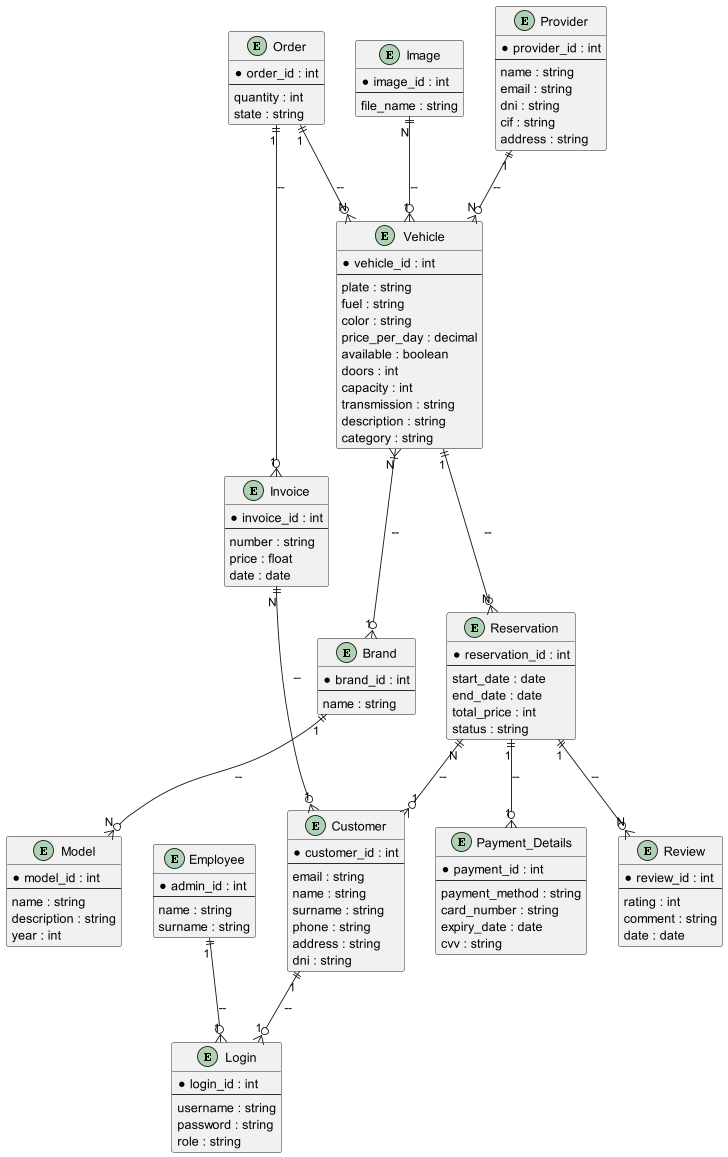
andreuador/LegacyMotors3.0 keeps this PlantUML diagram as docs/LegacyMotorsER.png. Above is the earlier version. The source it was exported from:
```plantuml
@startuml LegacyMotorsER

entity "Customer" {
  * customer_id : int
  --
  email : string
  name : string
  surname : string
  phone : string
  address : string
  dni : string
}

entity "Employee" {
  * admin_id : int
  --
  name : string
  surname : string
}

entity "Provider" {
  * provider_id : int
  --
  name : string
  email : string
  dni : string
  cif : string
  address : string
}

entity "Login" {
  * login_id : int
  --
  username : string
  password : string
  role : string
}

entity "Vehicle" {
  * vehicle_id : int
  --
  plate : string
  fuel : string
  color : string
  price_per_day : decimal
  available : boolean
  doors : int
  capacity : int
  transmission : string
  description : string
  category : string
}

entity "Brand" {
  * brand_id : int
  --
  name : string
}

entity "Model" {
  * model_id : int
  --
  name : string
  description : string
  year : int
}

entity "Reservation" {
  * reservation_id : int
  --
  start_date : date
  end_date : date
  total_price : int
  status : string
}

entity "Payment_Details" {
  * payment_id : int
  --
  payment_method : string
  card_number : string
  expiry_date : date
  cvv : string
}

entity "Review" {
  * review_id : int
  --
  rating : int
  comment : string
  date : date
}

entity "Order" {
  * order_id : int
  --
  quantity : int
  state : string
}

entity "Image" {
  * image_id : int
  --
  file_name : string
}

entity "Invoice" {
  * invoice_id : int
  --
  number : string
  price : float
  date : date
}

Customer ||--o{ Login: "1" -- "1"
Employee ||--o{ Login: "1" -- "1"
Provider ||--o{ Vehicle: "1" -- "N"
Vehicle }|--o{ Brand: "N" -- "1"
Brand ||--o{ Model: "1" -- "N"
Reservation ||--o{ Customer: "N" -- "1"
Reservation ||--o{ Payment_Details: "1" -- "1"
Reservation ||--o{ Review: "1" -- "N"
Vehicle ||--o{ Reservation: "1" -- "N"
Image ||--o{ Vehicle: "N" -- "1"
Invoice ||--o{ Customer: "N" -- "1"
Order ||--o{ Vehicle: "1" -- "N"
Order ||--o{ Invoice: "1" -- "1"

@enduml
```
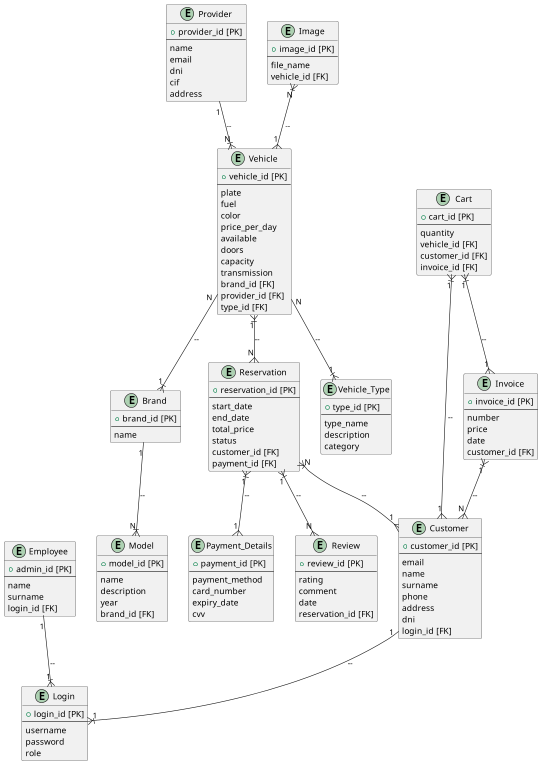
The same file after the commit.

What changed in the source:
```diff
@@ -1,129 +1,149 @@
-@startuml LegacyMotorsER
+@startuml LegacyMotorsModel_ER
 
 entity "Customer" {
-  * customer_id : int
+  + customer_id [PK]
   --
-  email : string
-  name : string
-  surname : string
-  phone : string
-  address : string
-  dni : string
+  email
+  name
+  surname
+  phone
+  address
+  dni
+  login_id [FK]
 }
 
 entity "Employee" {
-  * admin_id : int
+  + admin_id [PK]
   --
-  name : string
-  surname : string
+  name
+  surname
+  login_id [FK]
 }
 
 entity "Provider" {
-  * provider_id : int
+  + provider_id [PK]
   --
-  name : string
-  email : string
-  dni : string
-  cif : string
-  address : string
+  name
+  email
+  dni
+  cif
+  address
 }
 
 entity "Login" {
-  * login_id : int
+  + login_id [PK]
   --
-  username : string
-  password : string
-  role : string
+  username
+  password
+  role
 }
 
 entity "Vehicle" {
-  * vehicle_id : int
+  + vehicle_id [PK]
   --
-  plate : string
-  fuel : string
-  color : string
-  price_per_day : decimal
-  available : boolean
-  doors : int
-  capacity : int
-  transmission : string
-  description : string
-  category : string
+  plate
+  fuel
+  color
+  price_per_day
+  available
+  doors
+  capacity
+  transmission
+  brand_id [FK]
+  provider_id [FK]
+  type_id [FK]
 }
 
 entity "Brand" {
-  * brand_id : int
+  + brand_id [PK]
   --
-  name : string
+  name
 }
 
 entity "Model" {
-  * model_id : int
+  + model_id [PK]
   --
-  name : string
-  description : string
-  year : int
+  name
+  description
+  year
+  brand_id [FK]
 }
 
 entity "Reservation" {
-  * reservation_id : int
+  + reservation_id [PK]
   --
-  start_date : date
-  end_date : date
-  total_price : int
-  status : string
+  start_date
+  end_date
+  total_price
+  status
+  customer_id [FK]
+  payment_id [FK]
 }
 
 entity "Payment_Details" {
-  * payment_id : int
+  + payment_id [PK]
   --
-  payment_method : string
-  card_number : string
-  expiry_date : date
-  cvv : string
+  payment_method
+  card_number
+  expiry_date
+  cvv
 }
 
 entity "Review" {
-  * review_id : int
+  + review_id [PK]
   --
-  rating : int
-  comment : string
-  date : date
+  rating
+  comment
+  date
+  reservation_id [FK]
 }
 
-entity "Order" {
-  * order_id : int
+entity "Vehicle_Type" {
+  + type_id [PK]
   --
-  quantity : int
-  state : string
+  type_name
+  description
+  category
+}
+
+entity "Cart" {
+  + cart_id [PK]
+  --
+  quantity
+  vehicle_id [FK]
+  customer_id [FK]
+  invoice_id [FK]
 }
 
 entity "Image" {
-  * image_id : int
+  + image_id [PK]
   --
-  file_name : string
+  file_name
+  vehicle_id [FK]
 }
 
 entity "Invoice" {
-  * invoice_id : int
+  + invoice_id [PK]
   --
-  number : string
-  price : float
-  date : date
+  number
+  price
+  date
+  customer_id [FK]
 }
 
-Customer ||--o{ Login: "1" -- "1"
-Employee ||--o{ Login: "1" -- "1"
-Provider ||--o{ Vehicle: "1" -- "N"
-Vehicle }|--o{ Brand: "N" -- "1"
-Brand ||--o{ Model: "1" -- "N"
-Reservation ||--o{ Customer: "N" -- "1"
-Reservation ||--o{ Payment_Details: "1" -- "1"
-Reservation ||--o{ Review: "1" -- "N"
-Vehicle ||--o{ Reservation: "1" -- "N"
-Image ||--o{ Vehicle: "N" -- "1"
-Invoice ||--o{ Customer: "N" -- "1"
-Order ||--o{ Vehicle: "1" -- "N"
-Order ||--o{ Invoice: "1" -- "1"
+Customer --|{ Login : "1" -- "1"
+Employee --|{ Login : "1" -- "1"
+Provider --|{ Vehicle : "1" -- "N"
+Vehicle --|{ Brand : "N" -- "1"
+Brand --|{ Model : "1" -- "N"
+Vehicle --|{ Vehicle_Type : "N" -- "1"
+Reservation }|--{ Customer : "N" -- "1"
+Reservation }|--{ Payment_Details : "1" -- "1"
+Reservation }|--{ Review : "1" -- "N"
+Cart }|--{ Customer : "1" -- "1"
+Cart }|--{ Invoice : "1" -- "1"
+Vehicle }|--{ Reservation : "1" -- "N"
+Image }|--{ Vehicle : "N" -- "1"
+Invoice }|--{ Customer : "1" -- "N"
 
 @enduml
```
